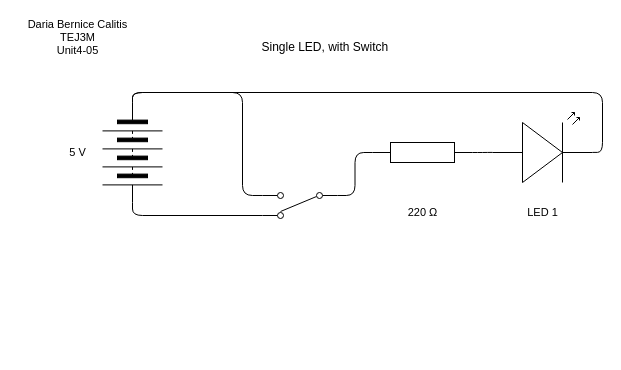
Earlier version of the draw.io diagram TEJ3M-Unit4-05.drawio (dbcalitis/TEJ3M-Unit-4). Source tidied: cells renumbered, new cells numbered last; positions are measured from the earlier drawing's top-left corner, leaving out a move shared by most shapes. Both pictures are drawn from the tidied source at 100%, with x=0, y=0 at pixel (17, 17).
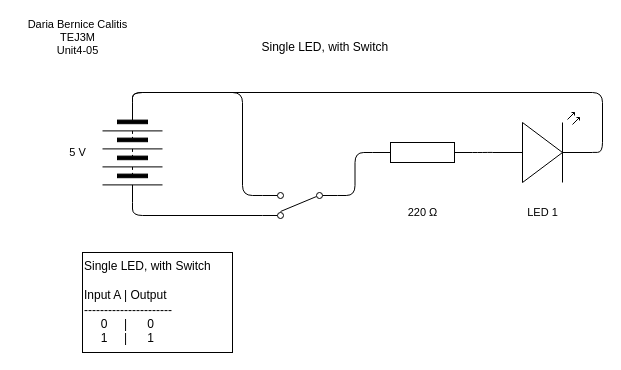
The same page after the edit.

Change to the diagram source:
```diff
@@
+    <mxCell id="16" value="Single LED, with Switch&lt;br&gt;&lt;br&gt;Input A | Output&lt;br&gt;----------------------&lt;br&gt;&amp;nbsp; &amp;nbsp; &amp;nbsp;0&amp;nbsp; &amp;nbsp; &amp;nbsp;|&amp;nbsp; &amp;nbsp; &amp;nbsp; 0&lt;br&gt;&amp;nbsp; &amp;nbsp; &amp;nbsp;1&amp;nbsp; &amp;nbsp; &amp;nbsp;|&amp;nbsp; &amp;nbsp; &amp;nbsp; 1" style="whiteSpace=wrap;html=1;align=left;" parent="1" vertex="1">
+      <mxGeometry x="65" y="235" width="150" height="100" as="geometry" />
+    </mxCell>
```
